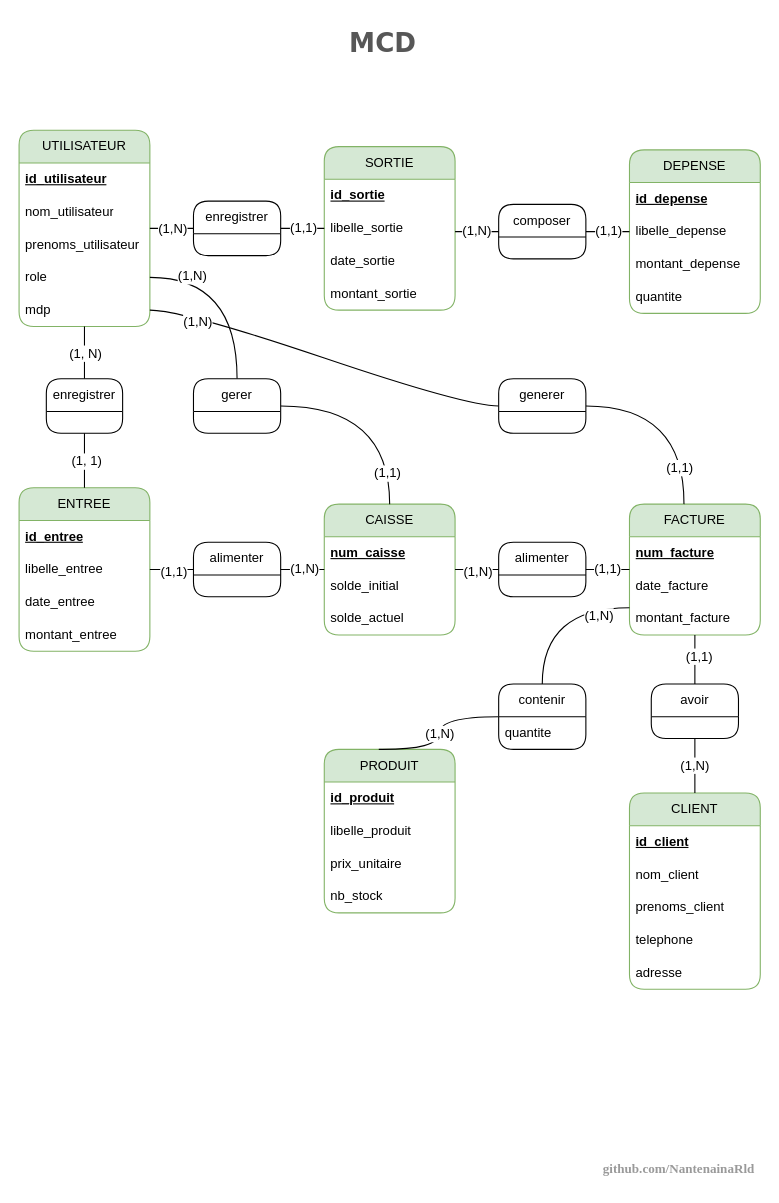
Before: page "Page-1" (2 of 5) of documents/flux_mcd_mld_mct_mot.drawio in NantenainaRld/www-faktiora-mg, a draw.io diagram. Source tidied: cells renumbered, new cells numbered last; positions are measured from the earlier drawing's top-left corner, leaving out a move shared by most shapes. Both pictures are drawn from the tidied source at 109%, with x=0, y=0 at pixel (19, 19).
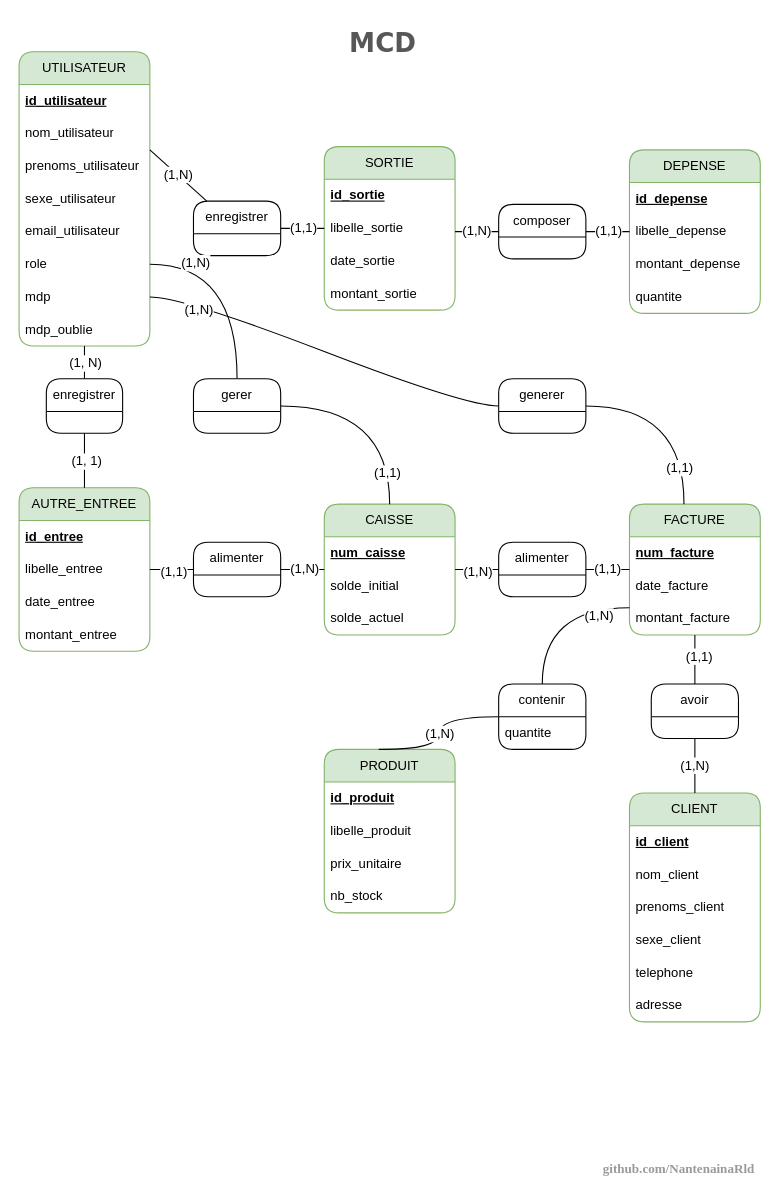
Above is the later version.

Unchanged cells that the change refers to:
```xml
<mxCell id="17" value="enregistrer" style="swimlane;fontStyle=0;horizontal=1;startSize=30;whiteSpace=wrap;html=1;swimlaneFillColor=none;rounded=1;" parent="1" vertex="1">
  <mxGeometry x="25" y="330" width="70" height="50" as="geometry" />
</mxCell>
```

The edit, as a diff of the source:
```diff
@@
     <mxCell id="2" value="UTILISATEUR" style="swimlane;fontStyle=0;horizontal=1;startSize=30;whiteSpace=wrap;html=1;swimlaneFillColor=none;fillColor=#d5e8d4;strokeColor=#82b366;rounded=1;" parent="1" vertex="1">
-      <mxGeometry y="102" width="120" height="180" as="geometry" />
+      <mxGeometry y="30" width="120" height="270" as="geometry" />
     </mxCell>
@@
+    <mxCell id="86" value="sexe_utilisateur" style="text;strokeColor=none;fillColor=none;align=left;verticalAlign=middle;spacingLeft=4;spacingRight=4;overflow=hidden;whiteSpace=wrap;html=1;rounded=1;" parent="2" vertex="1">
+      <mxGeometry y="120" width="120" height="30" as="geometry" />
+    </mxCell>
+    <mxCell id="87" value="email_utilisateur" style="text;strokeColor=none;fillColor=none;align=left;verticalAlign=middle;spacingLeft=4;spacingRight=4;overflow=hidden;whiteSpace=wrap;html=1;rounded=1;" parent="2" vertex="1">
+      <mxGeometry y="150" width="120" height="30" as="geometry" />
+    </mxCell>
     <mxCell id="6" value="role" style="text;strokeColor=none;fillColor=none;align=left;verticalAlign=middle;spacingLeft=4;spacingRight=4;overflow=hidden;points=[[0,0.5],[1,0.5]];portConstraint=eastwest;whiteSpace=wrap;html=1;rounded=1;" parent="2" vertex="1">
-      <mxGeometry y="120" width="120" height="30" as="geometry" />
+      <mxGeometry y="180" width="120" height="30" as="geometry" />
     </mxCell>
     <mxCell id="7" value="mdp" style="text;strokeColor=none;fillColor=none;align=left;verticalAlign=middle;spacingLeft=4;spacingRight=4;overflow=hidden;points=[[0,0.5],[1,0.5]];portConstraint=eastwest;whiteSpace=wrap;html=1;rounded=1;" parent="2" vertex="1">
-      <mxGeometry y="150" width="120" height="30" as="geometry" />
+      <mxGeometry y="210" width="120" height="30" as="geometry" />
     </mxCell>
+    <mxCell id="88" value="mdp_oublie" style="text;strokeColor=none;fillColor=none;align=left;verticalAlign=middle;spacingLeft=4;spacingRight=4;overflow=hidden;whiteSpace=wrap;html=1;rounded=1;" parent="2" vertex="1">
+      <mxGeometry y="240" width="120" height="30" as="geometry" />
+    </mxCell>
-    <mxCell id="8" value="ENTREE" style="swimlane;fontStyle=0;horizontal=1;startSize=30;whiteSpace=wrap;html=1;swimlaneFillColor=none;fillColor=#d5e8d4;strokeColor=#82b366;rounded=1;" parent="1" vertex="1">
+    <mxCell id="8" value="AUTRE_ENTREE" style="swimlane;fontStyle=0;horizontal=1;startSize=30;whiteSpace=wrap;html=1;swimlaneFillColor=none;fillColor=#d5e8d4;strokeColor=#82b366;rounded=1;" parent="1" vertex="1">
       <mxGeometry y="430" width="120" height="150" as="geometry" />
     </mxCell>
@@
-    <mxCell id="13" style="edgeStyle=none;curved=1;rounded=1;jettySize=auto;html=1;fontSize=12;startSize=8;endSize=8;endArrow=none;endFill=0;" parent="1" edge="1" source="17" target="7">
-      <mxGeometry relative="1" as="geometry" />
+    <mxCell id="13" style="edgeStyle=none;curved=1;rounded=1;jettySize=auto;html=1;fontSize=12;startSize=8;endSize=8;endArrow=none;endFill=0;" parent="1" edge="1" source="17">
+      <mxGeometry relative="1" as="geometry">
+        <mxPoint x="60" y="300" as="targetPoint" />
+      </mxGeometry>
     </mxCell>
@@
     <mxCell id="41" value="CLIENT" style="swimlane;fontStyle=0;horizontal=1;startSize=30;whiteSpace=wrap;html=1;swimlaneFillColor=none;fillColor=#d5e8d4;strokeColor=#82b366;rounded=1;" parent="1" vertex="1">
-      <mxGeometry x="560" y="710" width="120" height="180" as="geometry" />
+      <mxGeometry x="560" y="710" width="120" height="210" as="geometry" />
     </mxCell>
@@
+    <mxCell id="89" value="sexe_client" style="text;strokeColor=none;fillColor=none;align=left;verticalAlign=middle;spacingLeft=4;spacingRight=4;overflow=hidden;whiteSpace=wrap;html=1;rounded=1;" parent="41" vertex="1">
+      <mxGeometry y="120" width="120" height="30" as="geometry" />
+    </mxCell>
     <mxCell id="45" value="telephone" style="text;strokeColor=none;fillColor=none;align=left;verticalAlign=middle;spacingLeft=4;spacingRight=4;overflow=hidden;whiteSpace=wrap;html=1;rounded=1;" parent="41" vertex="1">
-      <mxGeometry y="120" width="120" height="30" as="geometry" />
+      <mxGeometry y="150" width="120" height="30" as="geometry" />
     </mxCell>
     <mxCell id="46" value="adresse" style="text;strokeColor=none;fillColor=none;align=left;verticalAlign=middle;spacingLeft=4;spacingRight=4;overflow=hidden;whiteSpace=wrap;html=1;rounded=1;" parent="41" vertex="1">
-      <mxGeometry y="150" width="120" height="30" as="geometry" />
+      <mxGeometry y="180" width="120" height="30" as="geometry" />
     </mxCell>
```
